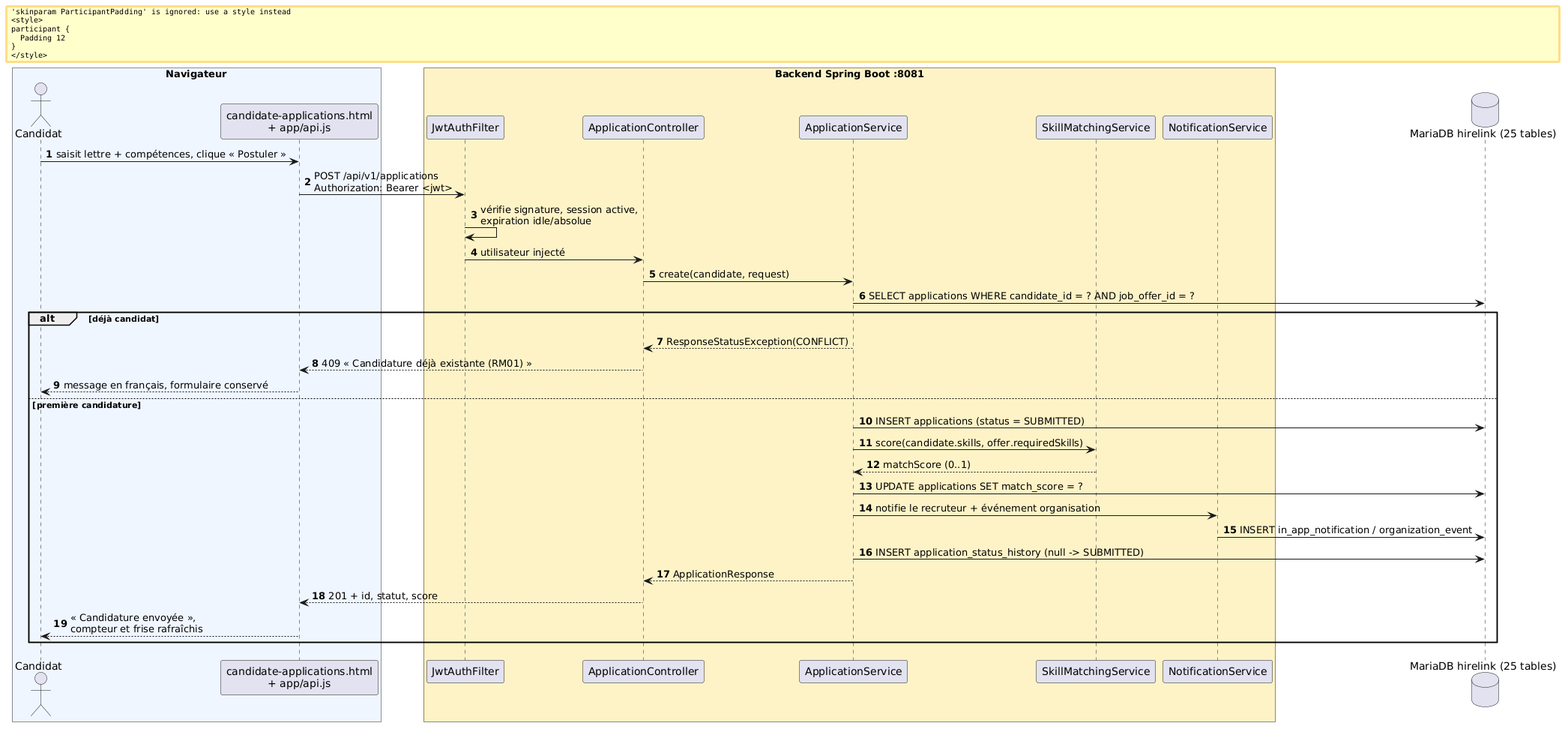
anadouae/HireLink keeps this PlantUML diagram as docs/diagrammes/v5/03_sequence_candidature.png. Above is the earlier version. Its diagram source:
```plantuml
@startuml
autonumber
skinparam ParticipantPadding 12
box "Navigateur" #EFF6FF
  actor "Candidat" as C
  participant "candidate-applications.html\n+ app/api.js" as F
endbox
box "Backend Spring Boot :8081" #FEF3C7
  participant "JwtAuthFilter" as J
  participant "ApplicationController" as AC
  participant "ApplicationService" as AS
  participant "SkillMatchingService" as SM
  participant "NotificationService" as NS
endbox
database "MariaDB hirelink (25 tables)" as DB

C -> F : saisit lettre + compétences, clique « Postuler »
F -> J : POST /api/v1/applications\nAuthorization: Bearer <jwt>
J -> J : vérifie signature, session active,\nexpiration idle/absolue
J -> AC : utilisateur injecté
AC -> AS : create(candidate, request)
AS -> DB : SELECT applications WHERE candidate_id = ? AND job_offer_id = ?
alt déjà candidat
  AS --> AC : ResponseStatusException(CONFLICT)
  AC --> F : 409 « Candidature déjà existante (RM01) »
  F --> C : message en français, formulaire conservé
else première candidature
  AS -> DB : INSERT applications (status = SUBMITTED)
  AS -> SM : score(candidate.skills, offer.requiredSkills)
  SM --> AS : matchScore (0..1)
  AS -> DB : UPDATE applications SET match_score = ?
  AS -> NS : notifie le recruteur + événement organisation
  NS -> DB : INSERT in_app_notification / organization_event
  AS -> DB : INSERT application_status_history (null -> SUBMITTED)
  AS --> AC : ApplicationResponse
  AC --> F : 201 + id, statut, score
  F --> C : « Candidature envoyée »,\ncompteur et frise rafraîchis
end
@enduml
```
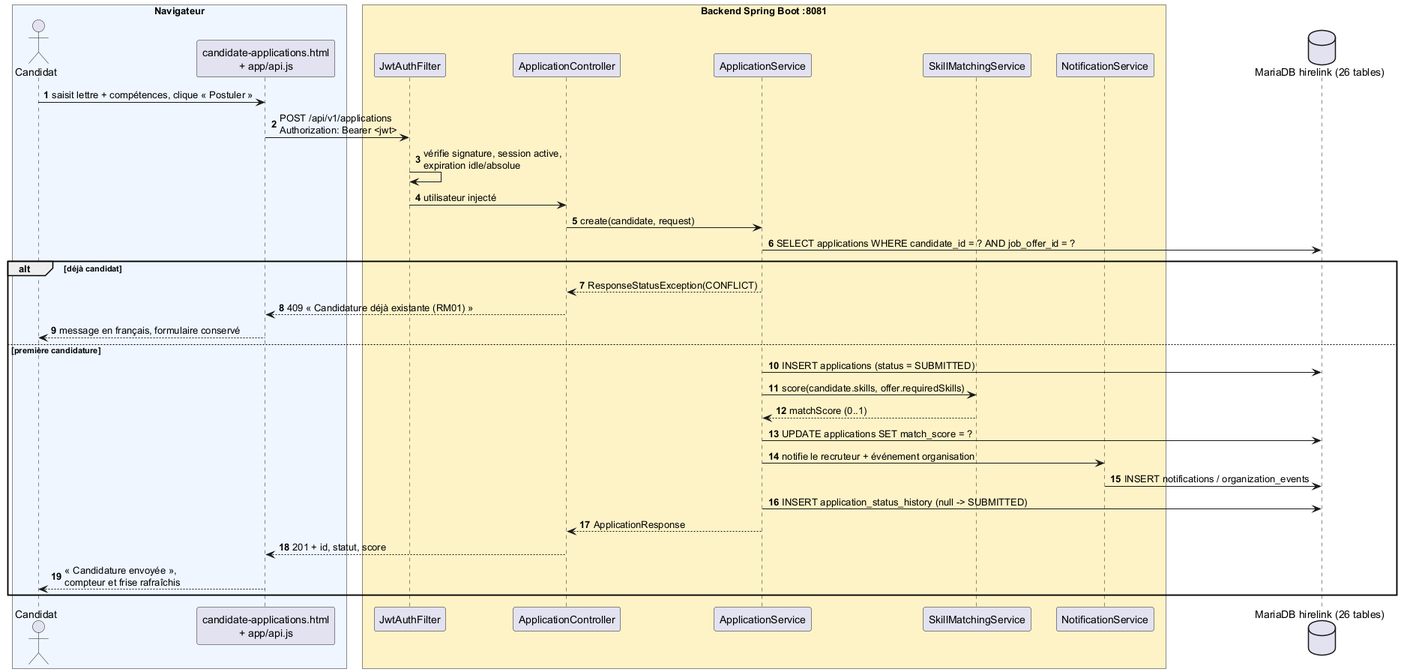
After the commit.

What changed in the source:
```diff
@@ -1,4 +1,4 @@
-@startuml
+@startuml sequence_candidature_v5
 autonumber
 skinparam ParticipantPadding 12
 box "Navigateur" #EFF6FF
@@ -12,7 +12,7 @@
   participant "SkillMatchingService" as SM
   participant "NotificationService" as NS
 endbox
-database "MariaDB hirelink (25 tables)" as DB
+database "MariaDB hirelink (26 tables)" as DB
 
 C -> F : saisit lettre + compétences, clique « Postuler »
 F -> J : POST /api/v1/applications\nAuthorization: Bearer <jwt>
@@ -30,7 +30,7 @@
   SM --> AS : matchScore (0..1)
   AS -> DB : UPDATE applications SET match_score = ?
   AS -> NS : notifie le recruteur + événement organisation
-  NS -> DB : INSERT in_app_notification / organization_event
+  NS -> DB : INSERT notifications / organization_events
   AS -> DB : INSERT application_status_history (null -> SUBMITTED)
   AS --> AC : ApplicationResponse
   AC --> F : 201 + id, statut, score
```
